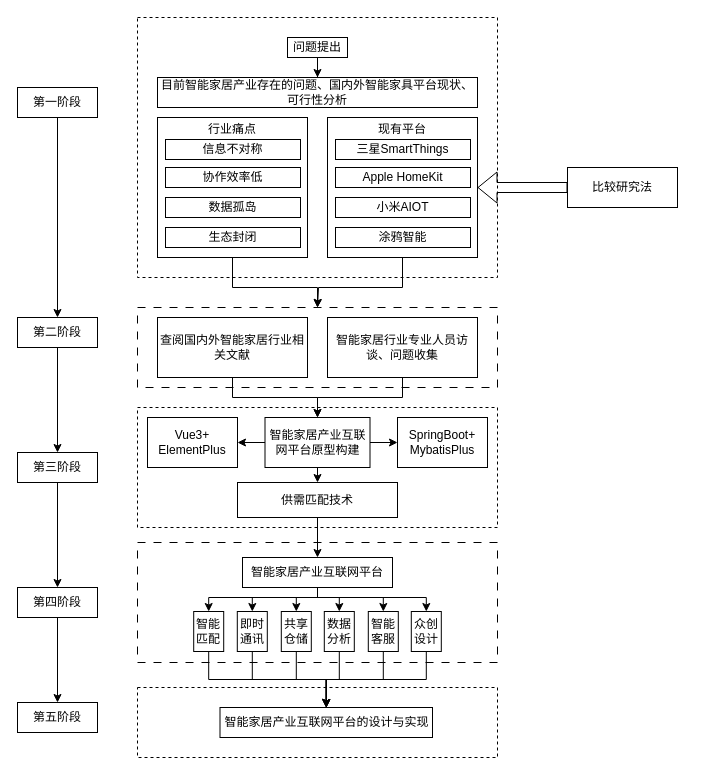
2919282119/charts keeps this draw.io diagram as 毕设/研究路线图.drawio. Above is the earlier version. Source tidied: cells renumbered, new cells numbered last; positions are measured from the earlier drawing's top-left corner, leaving out a move shared by most shapes. Both pictures are drawn from the tidied source at 100%, with x=0, y=0 at pixel (17, 17).
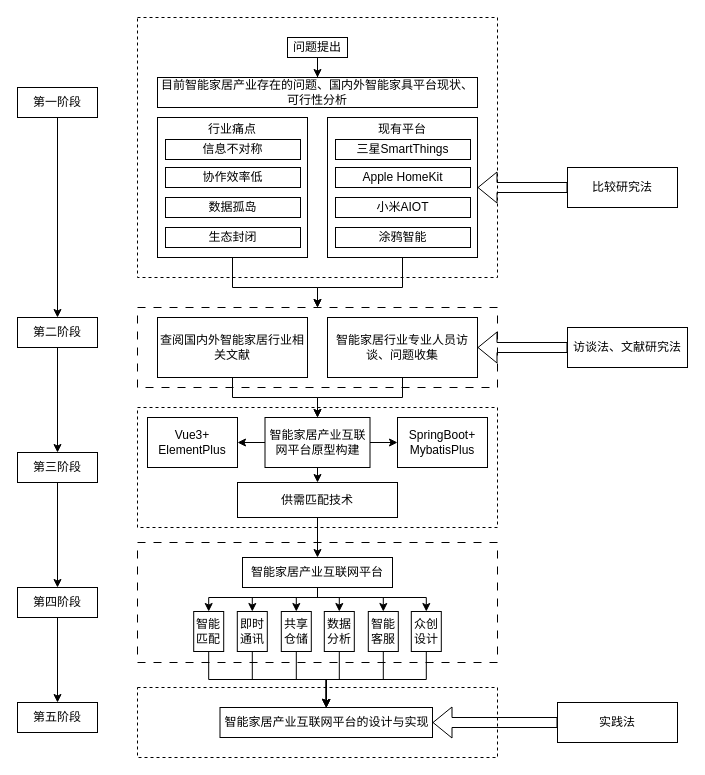
After the change.

Commit message (it also covers changes not shown here):
更新研究路线图.drawio

The change refers to these unchanged cells:
```xml
<mxCell id="12" style="rounded=0;whiteSpace=wrap;html=1;dashed=1;dashPattern=8 8;" parent="1" vertex="1">
  <mxGeometry x="120" y="290" width="360" height="80" as="geometry" />
</mxCell>
<mxCell id="27" style="rounded=0;whiteSpace=wrap;html=1;" parent="26" vertex="1">
  <mxGeometry width="150" height="140" as="geometry" />
</mxCell>
```

What changed in the source:
```diff
@@
+    <mxCell id="69" style="shape=flexArrow;endArrow=classic;html=1;rounded=0;" parent="1" edge="1">
+      <mxGeometry relative="1" as="geometry">
+        <mxPoint x="550" y="330" as="sourcePoint" />
+        <mxPoint x="460" y="330" as="targetPoint" />
+      </mxGeometry>
+    </mxCell>
+    <mxCell id="70" value="访谈法、文献研究法" style="rounded=0;whiteSpace=wrap;html=1;" parent="1" vertex="1">
+      <mxGeometry x="550" y="310" width="120" height="40" as="geometry" />
+    </mxCell>
     <mxCell id="68" style="edgeStyle=orthogonalEdgeStyle;rounded=0;jettySize=auto;html=1;exitX=0.5;exitY=1;exitDx=0;exitDy=0;entryX=0.5;entryY=0;entryDx=0;entryDy=0;" parent="1" edge="1" source="27" target="12">
       <mxGeometry relative="1" as="geometry">
         <Array as="points">
           <mxPoint x="385" y="270" />
-          <mxPoint x="301" y="270" />
+          <mxPoint x="300" y="270" />
         </Array>
       </mxGeometry>
     </mxCell>
+    <mxCell id="71" style="shape=flexArrow;endArrow=classic;html=1;rounded=0;exitX=0;exitY=0.5;exitDx=0;exitDy=0;" parent="1" edge="1" source="72">
+      <mxGeometry relative="1" as="geometry">
+        <mxPoint x="415" y="705" as="targetPoint" />
+      </mxGeometry>
+    </mxCell>
+    <mxCell id="72" value="实践法" style="rounded=0;whiteSpace=wrap;html=1;" parent="1" vertex="1">
+      <mxGeometry x="540" y="685" width="120" height="40" as="geometry" />
+    </mxCell>
```
